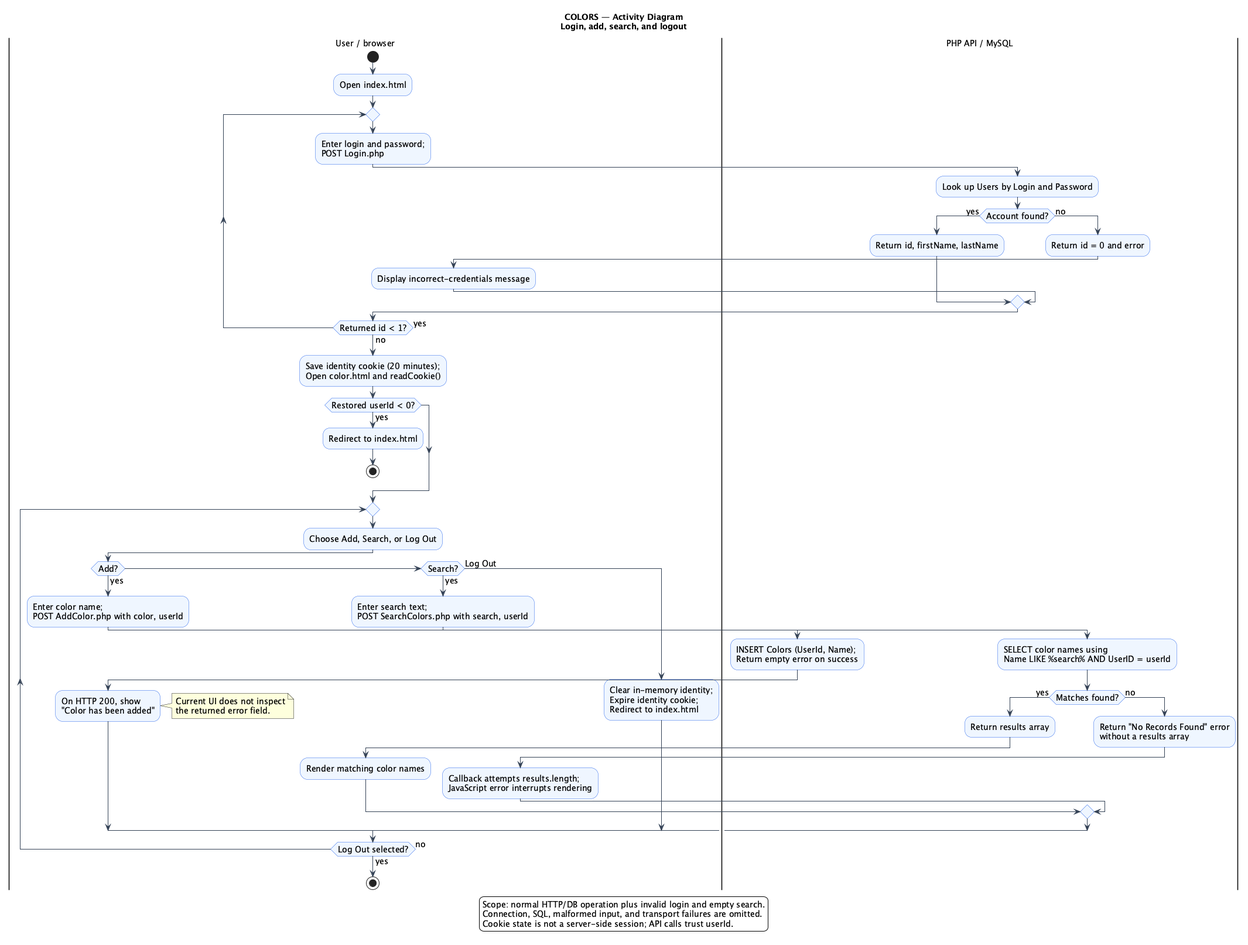
This is docs/uml/activity.png from rubaismail/colors-lamp, a PlantUML export, as it was before one commit.
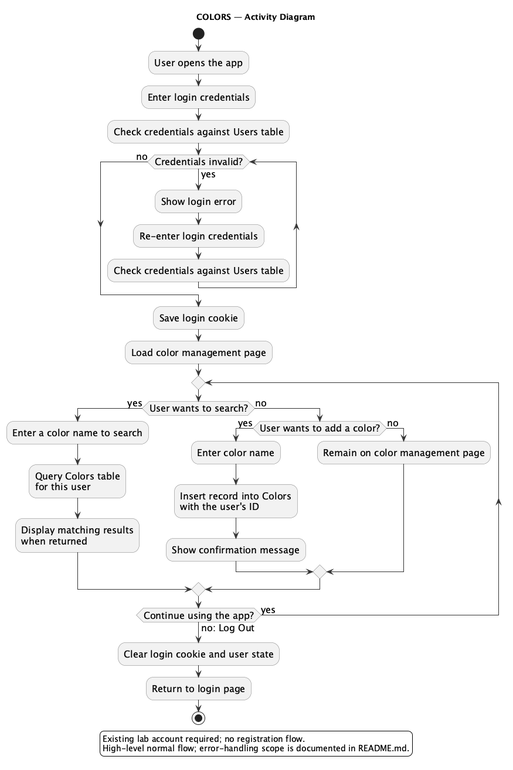
The same diagram one commit later.

Commit message:
Simplify activity diagram to the existing COLORS user workflow

Change to the diagram source:
```diff
@@ -2,66 +2,44 @@
 skinparam backgroundColor white
 skinparam shadowing false
 skinparam defaultFontName SansSerif
-skinparam defaultFontSize 14
-skinparam activityBackgroundColor #EFF6FF
-skinparam activityBorderColor #2563EB
-skinparam ArrowColor #334155
-title COLORS — Activity Diagram\nLogin, add, search, and logout
-|User / browser|
+skinparam defaultFontSize 16
+skinparam activityBackgroundColor #F2F2F2
+skinparam activityBorderColor #777777
+skinparam activityDiamondBackgroundColor #F2F2F2
+skinparam activityDiamondBorderColor #777777
+skinparam ArrowColor #333333
+title COLORS — Activity Diagram
 start
-:Open index.html;
+:User opens the app;
+:Enter login credentials;
+:Check credentials against Users table;
+while (Credentials invalid?) is (yes)
+  :Show login error;
+  :Re-enter login credentials;
+  :Check credentials against Users table;
+endwhile (no)
+:Save login cookie;
+:Load color management page;
 repeat
-  :Enter login and password;\nPOST Login.php;
-  |PHP API / MySQL|
-  :Look up Users by Login and Password;
-  if (Account found?) then (yes)
-    :Return id, firstName, lastName;
+  if (User wants to search?) then (yes)
+    :Enter a color name to search;
+    :Query Colors table\nfor this user;
+    :Display matching results\nwhen returned;
   else (no)
-    :Return id = 0 and error;
-    |User / browser|
-    :Display incorrect-credentials message;
+    if (User wants to add a color?) then (yes)
+      :Enter color name;
+      :Insert record into Colors\nwith the user's ID;
+      :Show confirmation message;
+    else (no)
+      :Remain on color management page;
+    endif
   endif
-  |User / browser|
-repeat while (Returned id < 1?) is (yes) not (no)
-:Save identity cookie (20 minutes);\nOpen color.html and readCookie();
-if (Restored userId < 0?) then (yes)
-  :Redirect to index.html;
-  stop
-endif
-repeat
-  :Choose Add, Search, or Log Out;
-  if (Add?) then (yes)
-    :Enter color name;\nPOST AddColor.php with color, userId;
-    |PHP API / MySQL|
-    :INSERT Colors (UserId, Name);\nReturn empty error on success;
-    |User / browser|
-    :On HTTP 200, show\n"Color has been added";
-    note right
-      Current UI does not inspect
-      the returned error field.
-    end note
-  elseif (Search?) then (yes)
-    :Enter search text;\nPOST SearchColors.php with search, userId;
-    |PHP API / MySQL|
-    :SELECT color names using\nName LIKE %search% AND UserID = userId;
-    if (Matches found?) then (yes)
-      :Return results array;
-      |User / browser|
-      :Render matching color names;
-    else (no)
-      |PHP API / MySQL|
-      :Return "No Records Found" error\nwithout a results array;
-      |User / browser|
-      :Callback attempts results.length;\nJavaScript error interrupts rendering;
-    endif
-  else (Log Out)
-    :Clear in-memory identity;\nExpire identity cookie;\nRedirect to index.html;
-  endif
-repeat while (Log Out selected?) is (no) not (yes)
+repeat while (Continue using the app?) is (yes) not (no: Log Out)
+:Clear login cookie and user state;
+:Return to login page;
 stop
 legend bottom
-Scope: normal HTTP/DB operation plus invalid login and empty search.
-Connection, SQL, malformed input, and transport failures are omitted.
-Cookie state is not a server-side session; API calls trust userId.
+Existing lab account required; no registration flow.
+High-level normal flow; error-handling scope is documented in README.md.
 endlegend
 @enduml
```
